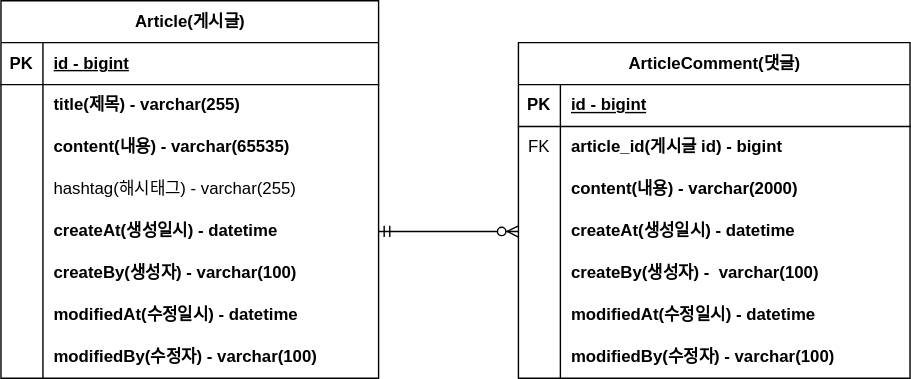
Above: documents/project-board-erd.svg in limchaeseong/fastcampus_lec1_2 (draw.io), before the change. Source tidied: cells renumbered, new cells last; positions are measured from the earlier drawing's top-left corner, leaving out a move shared by most shapes.
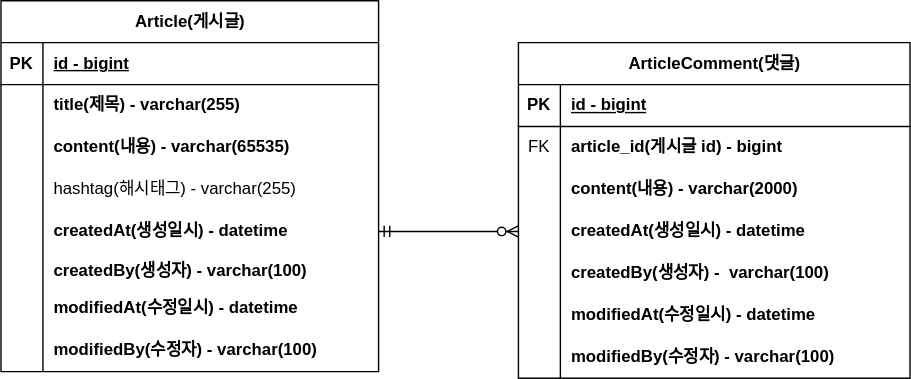
Later version of the same file.

What changed in the source:
```diff
@@ -3,7 +3,7 @@
     <mxCell id="0" />
     <mxCell id="1" parent="0" />
     <mxCell id="2" value="Article(게시글)" style="shape=table;startSize=30;rowLines=0;fontStyle=1;align=center;html=1;" parent="1" vertex="1">
-      <mxGeometry width="270" height="270" as="geometry" />
+      <mxGeometry width="270" height="265.2" as="geometry" />
     </mxCell>
     <mxCell id="3" style="shape=tableRow;horizontal=0;startSize=0;swimlaneHead=0;swimlaneBody=0;fillColor=none;top=0;left=0;right=0;bottom=1;" parent="2" vertex="1">
       <mxGeometry y="30" width="270" height="30" as="geometry" />
@@ -47,20 +47,20 @@
     <mxCell id="16" style="shape=partialRectangle;fillColor=none;top=0;left=0;bottom=0;right=0;overflow=hidden;whiteSpace=wrap;html=1;" parent="15" vertex="1">
       <mxGeometry width="30" height="30" as="geometry" />
     </mxCell>
-    <mxCell id="17" value="createAt(생성일시) - datetime" style="shape=partialRectangle;fillColor=none;top=0;left=0;bottom=0;right=0;align=left;spacingLeft=6;overflow=hidden;whiteSpace=wrap;html=1;fontStyle=1;" parent="15" vertex="1">
+    <mxCell id="17" value="createdAt(생성일시) - datetime" style="shape=partialRectangle;fillColor=none;top=0;left=0;bottom=0;right=0;align=left;spacingLeft=6;overflow=hidden;whiteSpace=wrap;html=1;fontStyle=1;" parent="15" vertex="1">
       <mxGeometry x="30" width="240" height="30" as="geometry" />
     </mxCell>
     <mxCell id="18" style="shape=tableRow;horizontal=0;startSize=0;swimlaneHead=0;swimlaneBody=0;fillColor=none;top=0;left=0;right=0;bottom=0;" parent="2" vertex="1">
-      <mxGeometry y="180" width="270" height="30" as="geometry" />
+      <mxGeometry y="180" width="270" height="25" as="geometry" />
     </mxCell>
     <mxCell id="19" style="shape=partialRectangle;fillColor=none;top=0;left=0;bottom=0;right=0;overflow=hidden;whiteSpace=wrap;html=1;" parent="18" vertex="1">
-      <mxGeometry width="30" height="30" as="geometry" />
+      <mxGeometry width="30" height="25" as="geometry" />
     </mxCell>
-    <mxCell id="20" value="createBy(생성자) - varchar(100)" style="shape=partialRectangle;fillColor=none;top=0;left=0;bottom=0;right=0;align=left;spacingLeft=6;overflow=hidden;whiteSpace=wrap;html=1;fontStyle=1;" parent="18" vertex="1">
-      <mxGeometry x="30" width="240" height="30" as="geometry" />
+    <mxCell id="20" value="createdBy(생성자) - varchar(100)" style="shape=partialRectangle;fillColor=none;top=0;left=0;bottom=0;right=0;align=left;spacingLeft=6;overflow=hidden;whiteSpace=wrap;html=1;fontStyle=1;" parent="18" vertex="1">
+      <mxGeometry x="30" width="240" height="25" as="geometry" />
     </mxCell>
     <mxCell id="21" style="shape=tableRow;horizontal=0;startSize=0;swimlaneHead=0;swimlaneBody=0;fillColor=none;top=0;left=0;right=0;bottom=0;" parent="2" vertex="1">
-      <mxGeometry y="210" width="270" height="30" as="geometry" />
+      <mxGeometry y="205" width="270" height="30" as="geometry" />
     </mxCell>
     <mxCell id="22" style="shape=partialRectangle;fillColor=none;top=0;left=0;bottom=0;right=0;overflow=hidden;whiteSpace=wrap;html=1;" parent="21" vertex="1">
       <mxGeometry width="30" height="30" as="geometry" />
@@ -69,7 +69,7 @@
       <mxGeometry x="30" width="240" height="30" as="geometry" />
     </mxCell>
     <mxCell id="24" style="shape=tableRow;horizontal=0;startSize=0;swimlaneHead=0;swimlaneBody=0;fillColor=none;top=0;left=0;right=0;bottom=0;" parent="2" vertex="1">
-      <mxGeometry y="240" width="270" height="30" as="geometry" />
+      <mxGeometry y="235" width="270" height="30" as="geometry" />
     </mxCell>
     <mxCell id="25" style="shape=partialRectangle;fillColor=none;top=0;left=0;bottom=0;right=0;overflow=hidden;whiteSpace=wrap;html=1;" parent="24" vertex="1">
       <mxGeometry width="30" height="30" as="geometry" />
@@ -113,7 +113,7 @@
     <mxCell id="38" style="shape=partialRectangle;fillColor=none;top=0;left=0;bottom=0;right=0;overflow=hidden;whiteSpace=wrap;html=1;" parent="37" vertex="1">
       <mxGeometry width="30" height="30" as="geometry" />
     </mxCell>
-    <mxCell id="39" value="createAt(생성일시) - datetime" style="shape=partialRectangle;fillColor=none;top=0;left=0;bottom=0;right=0;align=left;spacingLeft=6;overflow=hidden;whiteSpace=wrap;html=1;fontStyle=1;" parent="37" vertex="1">
+    <mxCell id="39" value="createdAt(생성일시) - datetime" style="shape=partialRectangle;fillColor=none;top=0;left=0;bottom=0;right=0;align=left;spacingLeft=6;overflow=hidden;whiteSpace=wrap;html=1;fontStyle=1;" parent="37" vertex="1">
       <mxGeometry x="30" width="250" height="30" as="geometry" />
     </mxCell>
     <mxCell id="40" style="shape=tableRow;horizontal=0;startSize=0;swimlaneHead=0;swimlaneBody=0;fillColor=none;top=0;left=0;right=0;bottom=0;" parent="27" vertex="1">
@@ -122,7 +122,7 @@
     <mxCell id="41" style="shape=partialRectangle;fillColor=none;top=0;left=0;bottom=0;right=0;overflow=hidden;whiteSpace=wrap;html=1;" parent="40" vertex="1">
       <mxGeometry width="30" height="30" as="geometry" />
     </mxCell>
-    <mxCell id="42" value="createBy(생성자) -&amp;nbsp; varchar(100)" style="shape=partialRectangle;fillColor=none;top=0;left=0;bottom=0;right=0;align=left;spacingLeft=6;overflow=hidden;whiteSpace=wrap;html=1;fontStyle=1;" parent="40" vertex="1">
+    <mxCell id="42" value="createdBy(생성자) -&amp;nbsp; varchar(100)" style="shape=partialRectangle;fillColor=none;top=0;left=0;bottom=0;right=0;align=left;spacingLeft=6;overflow=hidden;whiteSpace=wrap;html=1;fontStyle=1;" parent="40" vertex="1">
       <mxGeometry x="30" width="250" height="30" as="geometry" />
     </mxCell>
     <mxCell id="43" style="shape=tableRow;horizontal=0;startSize=0;swimlaneHead=0;swimlaneBody=0;fillColor=none;top=0;left=0;right=0;bottom=0;" parent="27" vertex="1">
```
